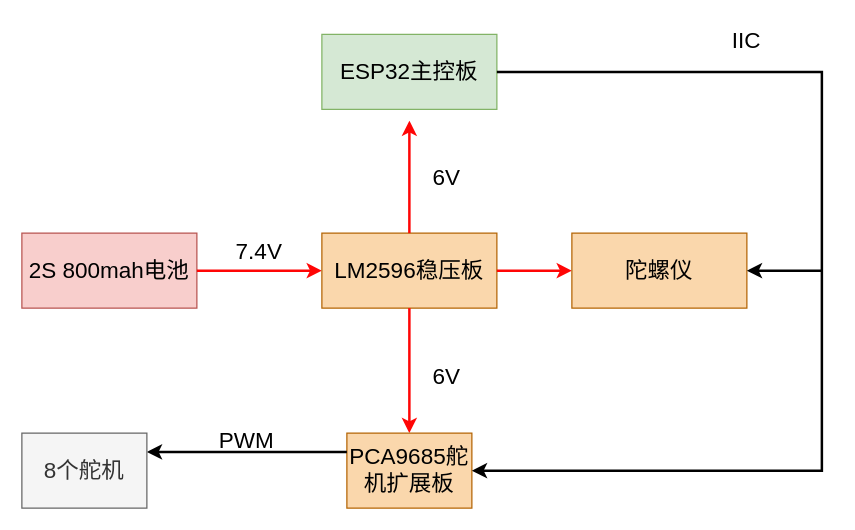
Earlier version of the draw.io diagram 硬件架构图.drawio (KAZAMA-DREAM/picture). Source tidied: cells renumbered, new cells numbered last; positions are measured from the earlier drawing's top-left corner, leaving out a move shared by most shapes. Both pictures are drawn from the tidied source at 125%, with x=0, y=0 at pixel (21, 21).
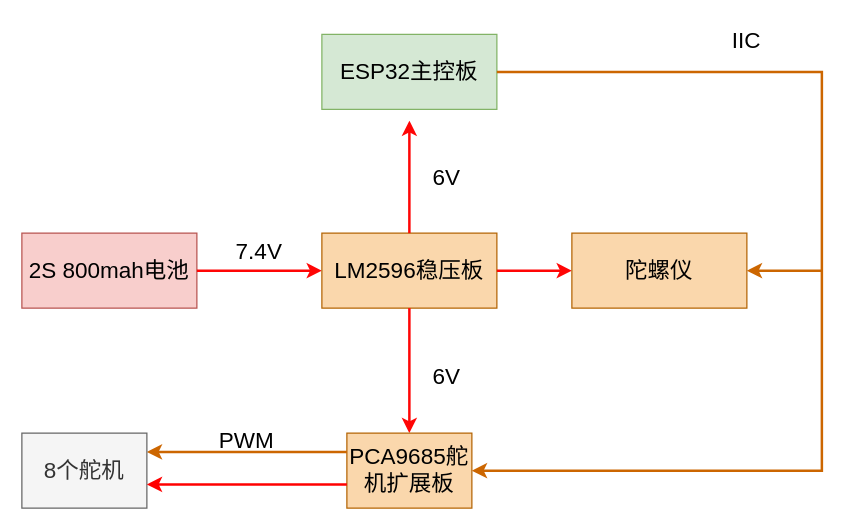
The same page after the edit.

Commit message (it also covers changes not shown here):
更新硬件架构图.drawio

The change refers to these unchanged cells:
```xml
<mxCell id="8" value="&lt;span style=&quot;font-size: 18px;&quot;&gt;PCA9685舵机扩展板&lt;/span&gt;" style="rounded=0;whiteSpace=wrap;html=1;fillColor=#fad7ac;strokeColor=#b46504;" parent="1" vertex="1">
  <mxGeometry x="260" y="329" width="100" height="60" as="geometry" />
</mxCell>
<mxCell id="10" value="&lt;font style=&quot;font-size: 18px;&quot;&gt;8个舵机&lt;/font&gt;" style="rounded=0;whiteSpace=wrap;html=1;fillColor=#f5f5f5;fontColor=#333333;strokeColor=#666666;" parent="1" vertex="1">
  <mxGeometry y="329" width="100" height="60" as="geometry" />
</mxCell>
<mxCell id="13" value="&lt;font style=&quot;font-size: 18px;&quot;&gt;ESP32主控板&lt;/font&gt;" style="rounded=0;whiteSpace=wrap;html=1;fillColor=#d5e8d4;strokeColor=#82b366;" parent="1" vertex="1">
  <mxGeometry x="240" y="10" width="140" height="60" as="geometry" />
</mxCell>
<mxCell id="18" value="&lt;font style=&quot;font-size: 18px;&quot;&gt;陀螺仪&lt;/font&gt;" style="rounded=0;whiteSpace=wrap;html=1;fillColor=#fad7ac;strokeColor=#b46504;" parent="1" vertex="1">
  <mxGeometry x="440" y="169" width="140" height="60" as="geometry" />
</mxCell>
```

What changed in the source:
```diff
@@
-    <mxCell id="9" style="endArrow=classic;html=1;rounded=0;fontSize=18;exitX=0;exitY=0.25;exitDx=0;exitDy=0;strokeWidth=2;entryX=1;entryY=0.25;entryDx=0;entryDy=0;" parent="1" edge="1" source="8" target="10">
+    <mxCell id="9" style="endArrow=classic;html=1;rounded=0;fontSize=18;exitX=0;exitY=0.25;exitDx=0;exitDy=0;strokeWidth=2;entryX=1;entryY=0.25;entryDx=0;entryDy=0;strokeColor=#CC6600;" parent="1" edge="1" source="8" target="10">
       <mxGeometry relative="1" as="geometry" />
     </mxCell>
@@
-    <mxCell id="15" style="endArrow=classic;html=1;rounded=0;fontSize=18;strokeWidth=2;exitX=1;exitY=0.5;exitDx=0;exitDy=0;entryX=1;entryY=0.5;entryDx=0;entryDy=0;" parent="1" edge="1" source="13" target="8">
+    <mxCell id="15" style="endArrow=classic;html=1;rounded=0;fontSize=18;strokeWidth=2;exitX=1;exitY=0.5;exitDx=0;exitDy=0;entryX=1;entryY=0.5;entryDx=0;entryDy=0;strokeColor=#CC6600;" parent="1" edge="1" source="13" target="8">
       <mxGeometry relative="1" as="geometry">
         <Array as="points">
           <mxPoint x="640" y="40" />
           <mxPoint x="640" y="359" />
         </Array>
       </mxGeometry>
     </mxCell>
@@
-    <mxCell id="19" style="endArrow=classic;html=1;rounded=0;fontSize=18;strokeWidth=2;entryX=1;entryY=0.5;entryDx=0;entryDy=0;" parent="1" edge="1" target="18">
+    <mxCell id="19" style="endArrow=classic;html=1;rounded=0;fontSize=18;strokeWidth=2;entryX=1;entryY=0.5;entryDx=0;entryDy=0;strokeColor=#CC6600;" parent="1" edge="1" target="18">
       <mxGeometry relative="1" as="geometry">
         <mxPoint x="640" y="199" as="sourcePoint" />
       </mxGeometry>
     </mxCell>
+    <mxCell id="20" style="endArrow=classic;html=1;rounded=0;fontSize=18;exitX=0;exitY=0.25;exitDx=0;exitDy=0;strokeWidth=2;entryX=1;entryY=0.25;entryDx=0;entryDy=0;strokeColor=#FF0000;" parent="1" edge="1">
+      <mxGeometry relative="1" as="geometry">
+        <mxPoint x="260" y="370" as="sourcePoint" />
+        <mxPoint x="100" y="370" as="targetPoint" />
+      </mxGeometry>
+    </mxCell>
```
